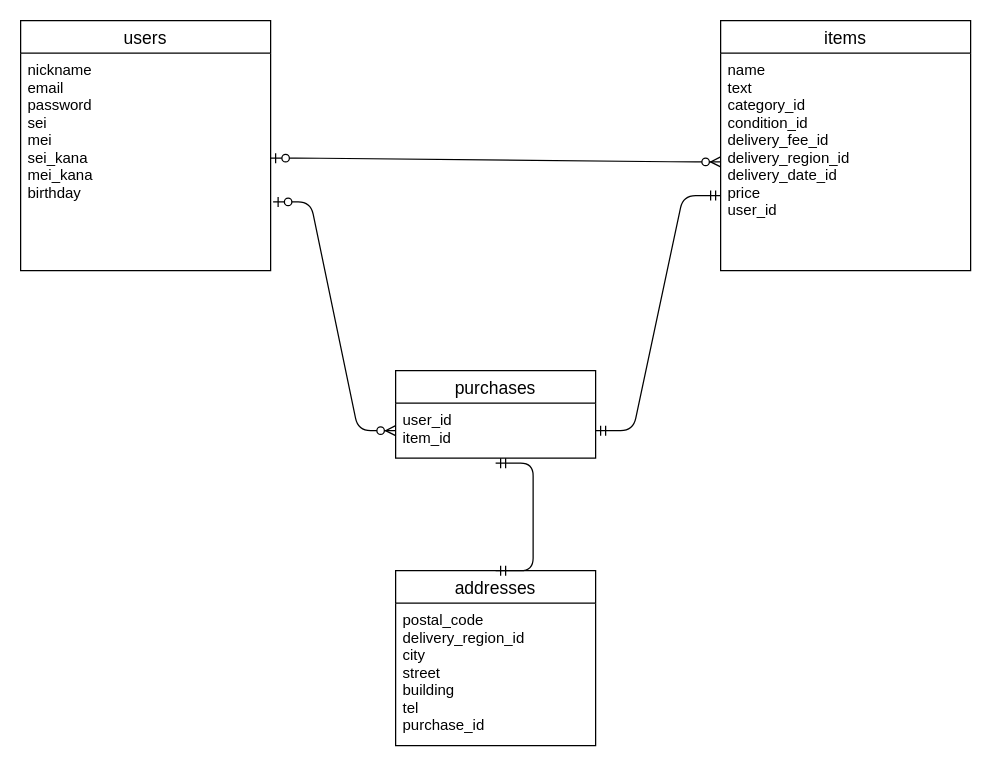
Before: furima.dio in numan2023/furima-39922, a draw.io diagram. Source tidied: cells renumbered, new cells numbered last; positions are measured from the earlier drawing's top-left corner, leaving out a move shared by most shapes. Both pictures are drawn from the tidied source at 125%, with x=0, y=0 at pixel (20, 20).
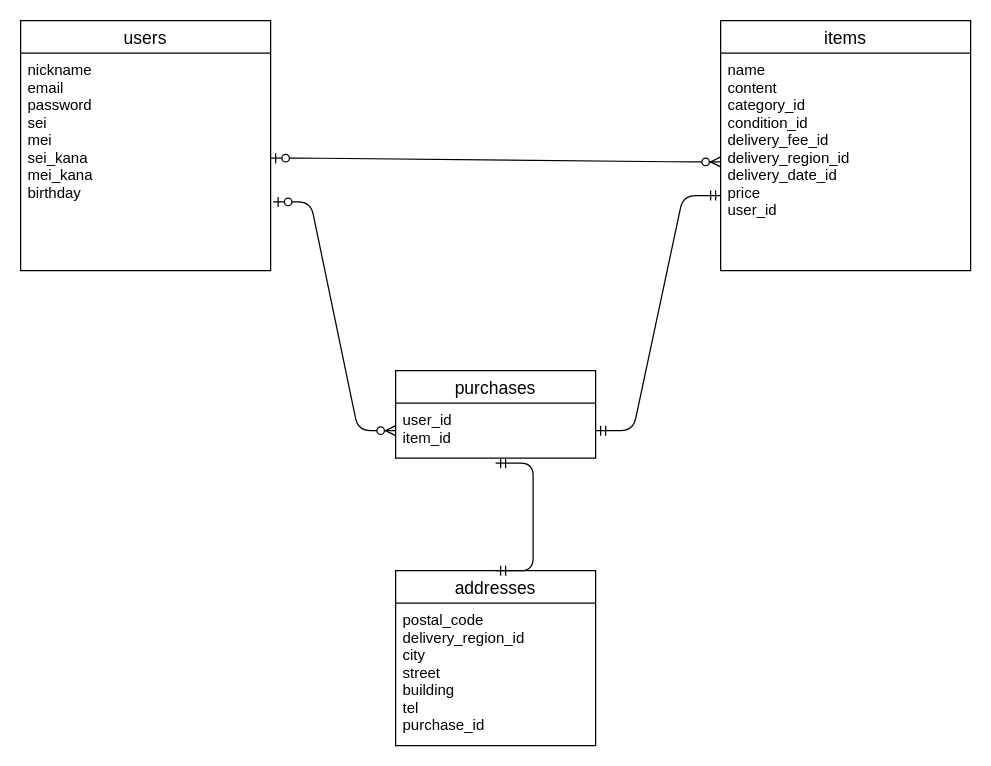
After the change.

Diff of the diagram source:
```diff
@@
 <mxGraphModel>
   <root>
     <mxCell id="0" />
     <mxCell id="1" parent="0" />
     <mxCell id="2" value="users" style="swimlane;fontStyle=0;horizontal=1;startSize=26;align=center;fontSize=14;" parent="1" vertex="1">
       <mxGeometry width="200" height="200" as="geometry" />
     </mxCell>
     <mxCell id="3" value="nickname&#10;email&#10;password&#10;sei&#10;mei&#10;sei_kana&#10;mei_kana&#10;birthday" style="text;strokeColor=none;fillColor=none;spacingLeft=4;spacingRight=4;overflow=hidden;points=[[0,0.5],[1,0.5]];portConstraint=eastwest;fontSize=12;" parent="2" vertex="1">
       <mxGeometry y="26" width="200" height="174" as="geometry" />
     </mxCell>
     <mxCell id="4" value="items" style="swimlane;fontStyle=0;horizontal=1;startSize=26;align=center;fontSize=14;" parent="1" vertex="1">
       <mxGeometry x="560" width="200" height="200" as="geometry" />
     </mxCell>
-    <mxCell id="5" value="name&#10;text&#10;category_id&#10;condition_id&#10;delivery_fee_id&#10;delivery_region_id&#10;delivery_date_id&#10;price&#10;user_id&#10;" style="text;strokeColor=none;fillColor=none;spacingLeft=4;spacingRight=4;overflow=hidden;points=[[0,0.5],[1,0.5]];portConstraint=eastwest;fontSize=12;" parent="4" vertex="1">
+    <mxCell id="5" value="name&#10;content&#10;category_id&#10;condition_id&#10;delivery_fee_id&#10;delivery_region_id&#10;delivery_date_id&#10;price&#10;user_id&#10;" style="text;strokeColor=none;fillColor=none;spacingLeft=4;spacingRight=4;overflow=hidden;points=[[0,0.5],[1,0.5]];portConstraint=eastwest;fontSize=12;" parent="4" vertex="1">
       <mxGeometry y="26" width="200" height="174" as="geometry" />
     </mxCell>
     <mxCell id="6" value="purchases" style="swimlane;fontStyle=0;horizontal=1;startSize=26;align=center;fontSize=14;" parent="1" vertex="1">
       <mxGeometry x="300" y="280" width="160" height="70" as="geometry" />
     </mxCell>
     <mxCell id="7" value="user_id&#10;item_id" style="text;strokeColor=none;fillColor=none;spacingLeft=4;spacingRight=4;overflow=hidden;points=[[0,0.5],[1,0.5]];portConstraint=eastwest;fontSize=12;" parent="6" vertex="1">
       <mxGeometry y="26" width="160" height="44" as="geometry" />
     </mxCell>
     <mxCell id="8" value="addresses" style="swimlane;fontStyle=0;horizontal=1;startSize=26;align=center;fontSize=14;" parent="1" vertex="1">
       <mxGeometry x="300" y="440" width="160" height="140" as="geometry" />
     </mxCell>
     <mxCell id="9" value="postal_code&#10;delivery_region_id&#10;city&#10;street&#10;building&#10;tel&#10;purchase_id" style="text;strokeColor=none;fillColor=none;spacingLeft=4;spacingRight=4;overflow=hidden;fontSize=12;" parent="8" vertex="1">
       <mxGeometry y="26" width="160" height="114" as="geometry" />
     </mxCell>
     <mxCell id="10" style="edgeStyle=entityRelationEdgeStyle;fontSize=12;html=1;endArrow=ERzeroToMany;startArrow=ERzeroToOne;entryX=0;entryY=0.5;entryDx=0;entryDy=0;" parent="1" edge="1" target="5">
       <mxGeometry relative="1" as="geometry">
         <mxPoint x="200" y="110" as="sourcePoint" />
       </mxGeometry>
     </mxCell>
     <mxCell id="11" style="edgeStyle=entityRelationEdgeStyle;fontSize=12;html=1;endArrow=ERzeroToMany;startArrow=ERzeroToOne;entryX=0;entryY=0.5;entryDx=0;entryDy=0;exitX=1.01;exitY=0.684;exitDx=0;exitDy=0;exitPerimeter=0;" parent="1" edge="1" source="3" target="7">
       <mxGeometry relative="1" as="geometry" />
     </mxCell>
     <mxCell id="12" style="edgeStyle=entityRelationEdgeStyle;fontSize=12;html=1;endArrow=ERmandOne;startArrow=ERmandOne;exitX=1;exitY=0.5;exitDx=0;exitDy=0;entryX=0;entryY=0.655;entryDx=0;entryDy=0;entryPerimeter=0;" parent="1" edge="1" source="7" target="5">
       <mxGeometry relative="1" as="geometry" />
     </mxCell>
     <mxCell id="13" style="edgeStyle=entityRelationEdgeStyle;fontSize=12;html=1;endArrow=ERmandOne;startArrow=ERmandOne;exitX=0.5;exitY=0;exitDx=0;exitDy=0;entryX=0.5;entryY=1.091;entryDx=0;entryDy=0;entryPerimeter=0;" parent="1" edge="1" source="8" target="7">
       <mxGeometry relative="1" as="geometry" />
     </mxCell>
   </root>
 </mxGraphModel>
```
